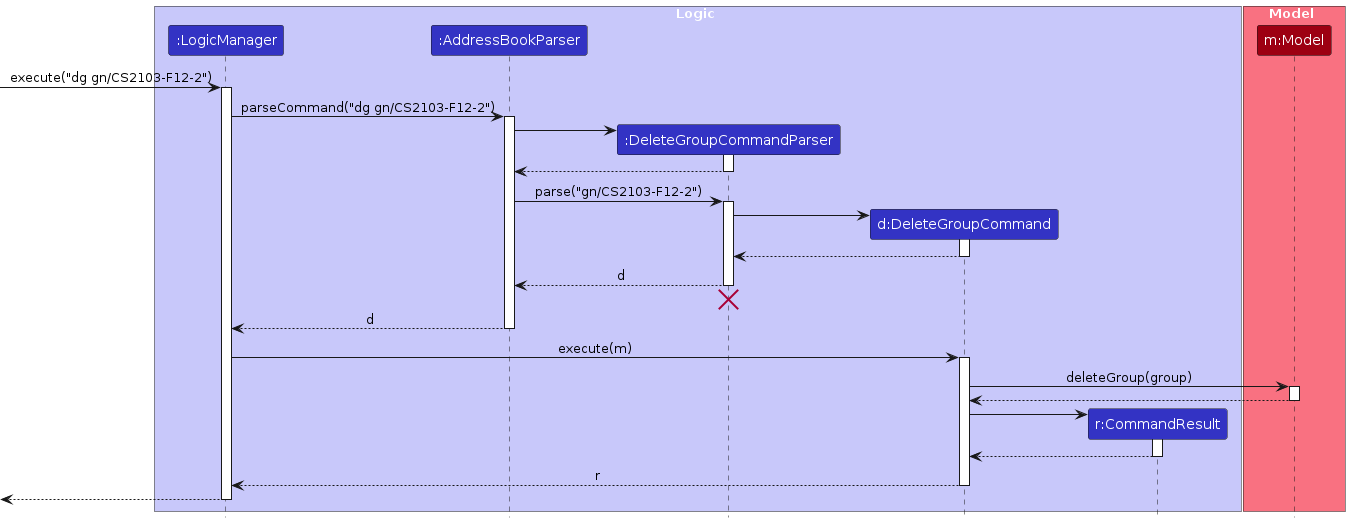
The PlantUML diagram diagrams/DeleteGroupSequenceDiagram.png in AY2425S1-CS2103-F12-2/tp, before a commit. Its source is kept beside it as diagrams/DeleteGroupSequenceDiagram.puml.
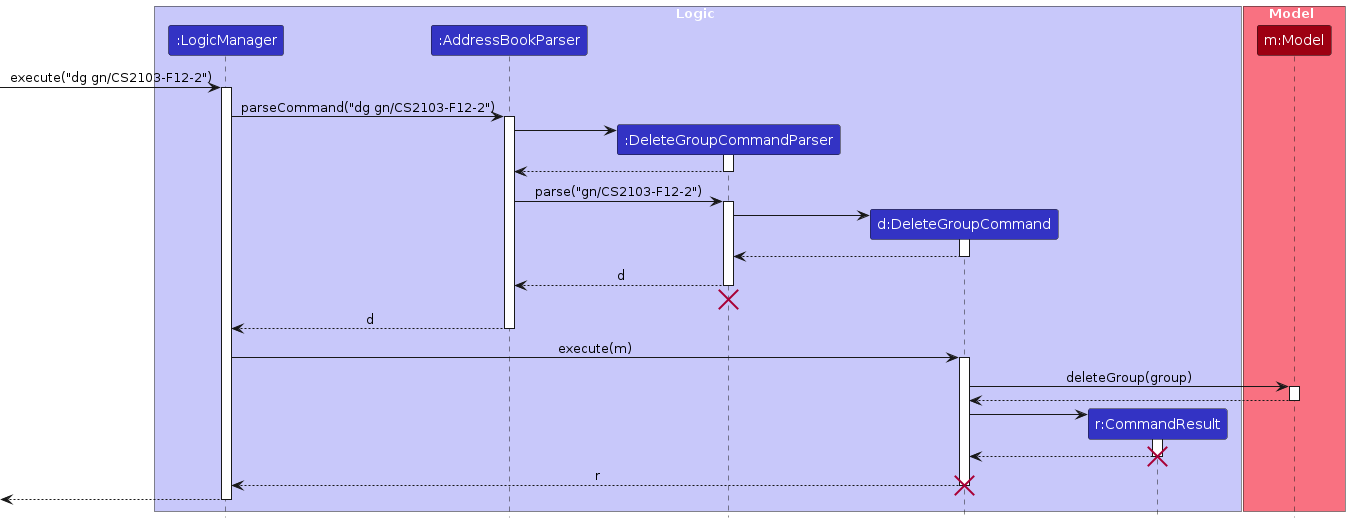
The same diagram one commit later.

Diff of the diagram source:
```diff
@@ -60,9 +60,11 @@
 
 CommandResult --> DeleteGroupCommand
 deactivate CommandResult
+destroy CommandResult
 
 DeleteGroupCommand --> LogicManager : r
 deactivate DeleteGroupCommand
+destroy DeleteGroupCommand
 
 [<--LogicManager
 deactivate LogicManager
```
